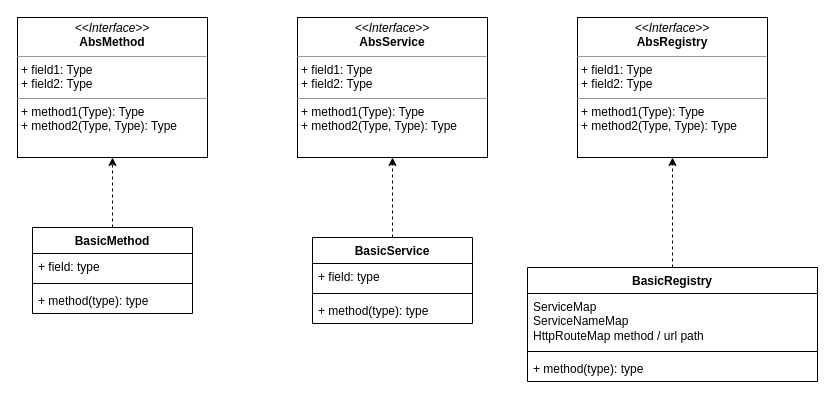
The draw.io diagram page "registry" (1 of 2) of frpc/frpc.drawio in hankeyyh/ft, before the edit. Source tidied: cells renumbered, new cells numbered last; positions are measured from the earlier drawing's top-left corner, leaving out a move shared by most shapes. Both pictures are drawn from the tidied source at 100%, with x=0, y=0 at pixel (17, 17).
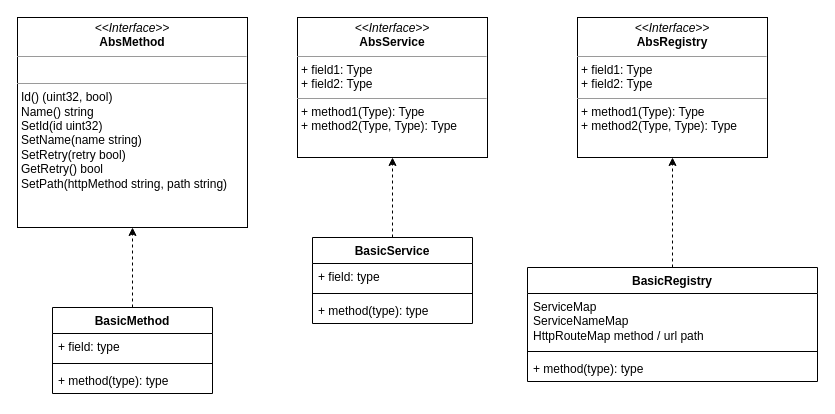
The same page after the edit.

The edit, as a diff of the source:
```diff
@@
 <mxGraphModel>
   <root>
     <mxCell id="0" />
     <mxCell id="1" parent="0" />
-    <mxCell id="2" value="&lt;p style=&quot;margin:0px;margin-top:4px;text-align:center;&quot;&gt;&lt;i&gt;&amp;lt;&amp;lt;Interface&amp;gt;&amp;gt;&lt;/i&gt;&lt;br&gt;&lt;b&gt;AbsMethod&lt;/b&gt;&lt;/p&gt;&lt;hr size=&quot;1&quot;&gt;&lt;p style=&quot;margin:0px;margin-left:4px;&quot;&gt;+ field1: Type&lt;br&gt;+ field2: Type&lt;/p&gt;&lt;hr size=&quot;1&quot;&gt;&lt;p style=&quot;margin:0px;margin-left:4px;&quot;&gt;+ method1(Type): Type&lt;br&gt;+ method2(Type, Type): Type&lt;/p&gt;" style="verticalAlign=top;align=left;overflow=fill;fontSize=12;fontFamily=Helvetica;html=1;whiteSpace=wrap;" parent="1" vertex="1">
-      <mxGeometry width="190" height="140" as="geometry" />
+    <mxCell id="2" value="&lt;p style=&quot;margin:0px;margin-top:4px;text-align:center;&quot;&gt;&lt;i&gt;&amp;lt;&amp;lt;Interface&amp;gt;&amp;gt;&lt;/i&gt;&lt;br&gt;&lt;b&gt;AbsMethod&lt;/b&gt;&lt;/p&gt;&lt;hr size=&quot;1&quot;&gt;&lt;p style=&quot;margin:0px;margin-left:4px;&quot;&gt;&lt;br&gt;&lt;/p&gt;&lt;hr size=&quot;1&quot;&gt;&lt;p style=&quot;margin:0px;margin-left:4px;&quot;&gt;Id() (uint32, bool)&lt;/p&gt;&lt;p style=&quot;margin:0px;margin-left:4px;&quot;&gt;Name() string&lt;/p&gt;&lt;p style=&quot;margin:0px;margin-left:4px;&quot;&gt;SetId(id uint32)&lt;/p&gt;&lt;p style=&quot;margin:0px;margin-left:4px;&quot;&gt;SetName(name string)&lt;/p&gt;&lt;p style=&quot;margin:0px;margin-left:4px;&quot;&gt;SetRetry(retry bool)&lt;/p&gt;&lt;p style=&quot;margin:0px;margin-left:4px;&quot;&gt;GetRetry() bool&lt;/p&gt;&lt;p style=&quot;margin:0px;margin-left:4px;&quot;&gt;SetPath(httpMethod string, path string)&lt;/p&gt;" style="verticalAlign=top;align=left;overflow=fill;fontSize=12;fontFamily=Helvetica;html=1;whiteSpace=wrap;" parent="1" vertex="1">
+      <mxGeometry width="230" height="210" as="geometry" />
     </mxCell>
     <mxCell id="3" value="&lt;p style=&quot;margin:0px;margin-top:4px;text-align:center;&quot;&gt;&lt;i&gt;&amp;lt;&amp;lt;Interface&amp;gt;&amp;gt;&lt;/i&gt;&lt;br&gt;&lt;b&gt;AbsService&lt;/b&gt;&lt;/p&gt;&lt;hr size=&quot;1&quot;&gt;&lt;p style=&quot;margin:0px;margin-left:4px;&quot;&gt;+ field1: Type&lt;br&gt;+ field2: Type&lt;/p&gt;&lt;hr size=&quot;1&quot;&gt;&lt;p style=&quot;margin:0px;margin-left:4px;&quot;&gt;+ method1(Type): Type&lt;br&gt;+ method2(Type, Type): Type&lt;/p&gt;" style="verticalAlign=top;align=left;overflow=fill;fontSize=12;fontFamily=Helvetica;html=1;whiteSpace=wrap;" parent="1" vertex="1">
       <mxGeometry x="280" width="190" height="140" as="geometry" />
     </mxCell>
     <mxCell id="4" value="&lt;p style=&quot;margin:0px;margin-top:4px;text-align:center;&quot;&gt;&lt;i&gt;&amp;lt;&amp;lt;Interface&amp;gt;&amp;gt;&lt;/i&gt;&lt;br&gt;&lt;b&gt;AbsRegistry&lt;/b&gt;&lt;/p&gt;&lt;hr size=&quot;1&quot;&gt;&lt;p style=&quot;margin:0px;margin-left:4px;&quot;&gt;+ field1: Type&lt;br&gt;+ field2: Type&lt;/p&gt;&lt;hr size=&quot;1&quot;&gt;&lt;p style=&quot;margin:0px;margin-left:4px;&quot;&gt;+ method1(Type): Type&lt;br&gt;+ method2(Type, Type): Type&lt;/p&gt;" style="verticalAlign=top;align=left;overflow=fill;fontSize=12;fontFamily=Helvetica;html=1;whiteSpace=wrap;" parent="1" vertex="1">
       <mxGeometry x="560" width="190" height="140" as="geometry" />
     </mxCell>
     <mxCell id="5" style="edgeStyle=orthogonalEdgeStyle;rounded=0;jettySize=auto;html=1;dashed=1;" parent="1" edge="1" source="6" target="2">
       <mxGeometry relative="1" as="geometry" />
     </mxCell>
     <mxCell id="6" value="BasicMethod" style="swimlane;fontStyle=1;align=center;verticalAlign=top;horizontal=1;startSize=26;whiteSpace=wrap;html=1;" parent="1" vertex="1">
-      <mxGeometry x="15" y="210" width="160" height="86" as="geometry" />
+      <mxGeometry x="35" y="290" width="160" height="86" as="geometry" />
     </mxCell>
     <mxCell id="7" value="+ field: type" style="text;strokeColor=none;fillColor=none;align=left;verticalAlign=top;spacingLeft=4;spacingRight=4;overflow=hidden;whiteSpace=wrap;html=1;" parent="6" vertex="1">
       <mxGeometry y="26" width="160" height="26" as="geometry" />
     </mxCell>
     <mxCell id="8" style="line;strokeWidth=1;fillColor=none;align=left;verticalAlign=middle;spacingTop=-1;spacingLeft=3;spacingRight=3;labelPosition=right;strokeColor=inherit;" parent="6" vertex="1">
       <mxGeometry y="52" width="160" height="8" as="geometry" />
     </mxCell>
     <mxCell id="9" value="+ method(type): type" style="text;strokeColor=none;fillColor=none;align=left;verticalAlign=top;spacingLeft=4;spacingRight=4;overflow=hidden;whiteSpace=wrap;html=1;" parent="6" vertex="1">
       <mxGeometry y="60" width="160" height="26" as="geometry" />
     </mxCell>
     <mxCell id="10" style="edgeStyle=orthogonalEdgeStyle;rounded=0;jettySize=auto;html=1;dashed=1;" parent="1" edge="1" source="11" target="3">
       <mxGeometry relative="1" as="geometry" />
     </mxCell>
     <mxCell id="11" value="BasicService" style="swimlane;fontStyle=1;align=center;verticalAlign=top;horizontal=1;startSize=26;whiteSpace=wrap;html=1;" parent="1" vertex="1">
       <mxGeometry x="295" y="220" width="160" height="86" as="geometry" />
     </mxCell>
     <mxCell id="12" value="+ field: type" style="text;strokeColor=none;fillColor=none;align=left;verticalAlign=top;spacingLeft=4;spacingRight=4;overflow=hidden;whiteSpace=wrap;html=1;" parent="11" vertex="1">
       <mxGeometry y="26" width="160" height="26" as="geometry" />
     </mxCell>
     <mxCell id="13" style="line;strokeWidth=1;fillColor=none;align=left;verticalAlign=middle;spacingTop=-1;spacingLeft=3;spacingRight=3;labelPosition=right;strokeColor=inherit;" parent="11" vertex="1">
       <mxGeometry y="52" width="160" height="8" as="geometry" />
     </mxCell>
     <mxCell id="14" value="+ method(type): type" style="text;strokeColor=none;fillColor=none;align=left;verticalAlign=top;spacingLeft=4;spacingRight=4;overflow=hidden;whiteSpace=wrap;html=1;" parent="11" vertex="1">
       <mxGeometry y="60" width="160" height="26" as="geometry" />
     </mxCell>
     <mxCell id="15" style="edgeStyle=orthogonalEdgeStyle;rounded=0;jettySize=auto;html=1;dashed=1;" parent="1" edge="1" source="16" target="4">
       <mxGeometry relative="1" as="geometry" />
     </mxCell>
     <mxCell id="16" value="BasicRegistry" style="swimlane;fontStyle=1;align=center;verticalAlign=top;horizontal=1;startSize=26;whiteSpace=wrap;html=1;" parent="1" vertex="1">
       <mxGeometry x="510" y="250" width="290" height="114" as="geometry" />
     </mxCell>
     <mxCell id="17" value="ServiceMap&lt;br&gt;ServiceNameMap&lt;br&gt;HttpRouteMap method / url path" style="text;strokeColor=none;fillColor=none;align=left;verticalAlign=top;spacingLeft=4;spacingRight=4;overflow=hidden;whiteSpace=wrap;html=1;" parent="16" vertex="1">
       <mxGeometry y="26" width="290" height="54" as="geometry" />
     </mxCell>
     <mxCell id="18" style="line;strokeWidth=1;fillColor=none;align=left;verticalAlign=middle;spacingTop=-1;spacingLeft=3;spacingRight=3;labelPosition=right;strokeColor=inherit;" parent="16" vertex="1">
       <mxGeometry y="80" width="290" height="8" as="geometry" />
     </mxCell>
     <mxCell id="19" value="+ method(type): type" style="text;strokeColor=none;fillColor=none;align=left;verticalAlign=top;spacingLeft=4;spacingRight=4;overflow=hidden;whiteSpace=wrap;html=1;" parent="16" vertex="1">
       <mxGeometry y="88" width="290" height="26" as="geometry" />
     </mxCell>
   </root>
 </mxGraphModel>
```
